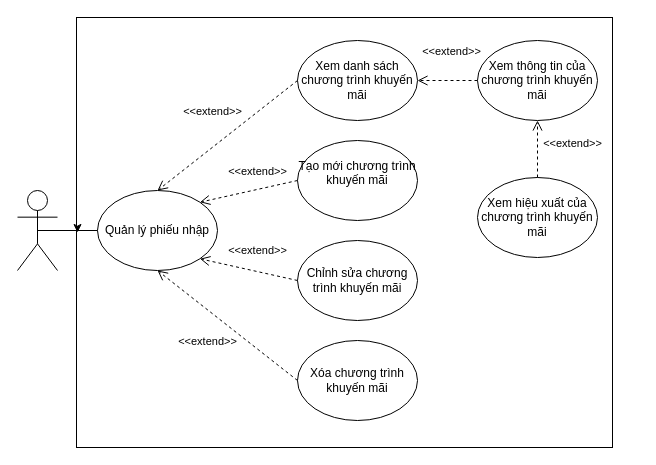
This is Diagram/UseCase/QL.KhuyenMai.drawio from TccKaiCi/PTTK_CuaHangGiay, a draw.io file, before an edit. Source tidied: cells renumbered, new cells numbered last; positions are measured from the earlier drawing's top-left corner, leaving out a move shared by most shapes. Both pictures are drawn from the tidied source at 100%, with x=0, y=0 at pixel (17, 17).
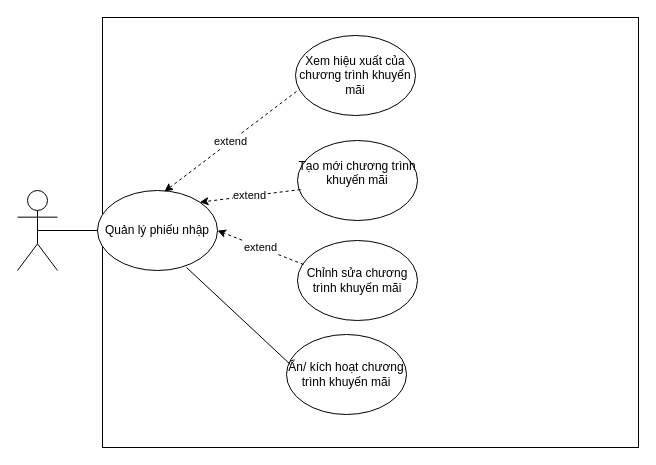
The same page after the edit.

Change to the diagram source:
```diff
@@
 <mxGraphModel>
   <root>
     <mxCell id="0" />
     <mxCell id="1" parent="0" />
-    <mxCell id="2" style="edgeStyle=orthogonalEdgeStyle;rounded=0;jettySize=auto;html=1;" parent="1" edge="1" source="3" target="14">
-      <mxGeometry relative="1" as="geometry" />
-    </mxCell>
+    <mxCell id="14" style="rounded=0;whiteSpace=wrap;html=1;gradientColor=#ffffff;labelBackgroundColor=none;noLabel=1;fontColor=none;fillColor=none;" parent="1" vertex="1">
+      <mxGeometry x="85" width="536" height="430" as="geometry" />
+    </mxCell>
     <mxCell id="3" style="shape=umlActor;verticalLabelPosition=bottom;verticalAlign=top;html=1;outlineConnect=0;" parent="1" vertex="1">
       <mxGeometry y="173" width="40" height="80" as="geometry" />
     </mxCell>
     <mxCell id="4" value="Quản lý phiếu nhập" style="ellipse;whiteSpace=wrap;html=1;" parent="1" vertex="1">
       <mxGeometry x="80" y="173" width="120" height="80" as="geometry" />
     </mxCell>
     <mxCell id="5" value="Chỉnh sửa chương trình khuyến mãi" style="ellipse;whiteSpace=wrap;html=1;" parent="1" vertex="1">
       <mxGeometry x="280" y="223" width="120" height="80" as="geometry" />
     </mxCell>
     <mxCell id="6" value="Tạo mới chương trình khuyến mãi&lt;br&gt;&amp;nbsp;" style="ellipse;whiteSpace=wrap;html=1;" parent="1" vertex="1">
       <mxGeometry x="280" y="123" width="120" height="80" as="geometry" />
     </mxCell>
-    <mxCell id="7" value="Xem danh sách chương trình khuyến mãi" style="ellipse;whiteSpace=wrap;html=1;" parent="1" vertex="1">
-      <mxGeometry x="280" y="23" width="120" height="80" as="geometry" />
-    </mxCell>
-    <mxCell id="8" value="Xóa chương trình khuyến mãi" style="ellipse;whiteSpace=wrap;html=1;" parent="1" vertex="1">
-      <mxGeometry x="280" y="323" width="120" height="80" as="geometry" />
+    <mxCell id="8" value="Ẩn/ kích hoạt chương trình khuyến mãi" style="ellipse;whiteSpace=wrap;html=1;" parent="1" vertex="1">
+      <mxGeometry x="269" y="317" width="120" height="80" as="geometry" />
     </mxCell>
     <mxCell id="9" style="endArrow=none;html=1;exitX=0.5;exitY=0.5;exitDx=0;exitDy=0;exitPerimeter=0;" parent="1" edge="1" source="3" target="4">
       <mxGeometry relative="1" as="geometry" />
     </mxCell>
-    <mxCell id="10" value="&amp;lt;&amp;lt;extend&amp;gt;&amp;gt;" style="html=1;verticalAlign=bottom;endArrow=open;dashed=1;endSize=8;exitX=0;exitY=0.5;exitDx=0;exitDy=0;entryX=0.5;entryY=0;entryDx=0;entryDy=0;" parent="1" edge="1" source="7" target="4">
-      <mxGeometry x="0.03" y="-21" relative="1" as="geometry" />
-    </mxCell>
-    <mxCell id="11" value="&amp;lt;&amp;lt;extend&amp;gt;&amp;gt;" style="html=1;verticalAlign=bottom;endArrow=open;dashed=1;endSize=8;exitX=0;exitY=0.5;exitDx=0;exitDy=0;entryX=0.5;entryY=1;entryDx=0;entryDy=0;" parent="1" edge="1" source="8" target="4">
-      <mxGeometry y="32" relative="1" as="geometry" />
-    </mxCell>
+    <mxCell id="16" value="Xem hiệu xuất của chương trình khuyến mãi&lt;br&gt;" style="ellipse;whiteSpace=wrap;html=1;" parent="1" vertex="1">
+      <mxGeometry x="278" y="18" width="120" height="80" as="geometry" />
+    </mxCell>
-    <mxCell id="12" value="&amp;lt;&amp;lt;extend&amp;gt;&amp;gt;" style="html=1;verticalAlign=bottom;endArrow=open;dashed=1;endSize=8;exitX=0;exitY=0.5;exitDx=0;exitDy=0;entryX=1;entryY=1;entryDx=0;entryDy=0;" parent="1" edge="1" source="5" target="4">
-      <mxGeometry x="-0.12" y="-13" relative="1" as="geometry">
-        <mxPoint y="1" as="offset" />
-      </mxGeometry>
+    <mxCell id="12" value="extend" style="endArrow=classic;html=1;exitX=0.05;exitY=0.3;exitDx=0;exitDy=0;exitPerimeter=0;entryX=1;entryY=0.5;entryDx=0;entryDy=0;dashed=1;" parent="1" edge="1" source="5" target="4">
+      <mxGeometry relative="1" as="geometry" />
     </mxCell>
-    <mxCell id="13" value="&amp;lt;&amp;lt;extend&amp;gt;&amp;gt;" style="html=1;verticalAlign=bottom;endArrow=open;dashed=1;endSize=8;exitX=0;exitY=0.5;exitDx=0;exitDy=0;entryX=1;entryY=0;entryDx=0;entryDy=0;" parent="1" edge="1" source="6" target="4">
-      <mxGeometry x="-0.22" y="-9" relative="1" as="geometry" />
+    <mxCell id="13" value="extend" style="endArrow=classic;html=1;exitX=0.025;exitY=0.613;exitDx=0;exitDy=0;exitPerimeter=0;entryX=1;entryY=0;entryDx=0;entryDy=0;dashed=1;" parent="1" edge="1" source="6" target="4">
+      <mxGeometry relative="1" as="geometry" />
     </mxCell>
-    <mxCell id="14" style="rounded=0;whiteSpace=wrap;html=1;gradientColor=#ffffff;labelBackgroundColor=none;noLabel=1;fontColor=none;fillColor=none;" parent="1" vertex="1">
-      <mxGeometry x="59" width="536" height="430" as="geometry" />
-    </mxCell>
-    <mxCell id="15" value="Xem thông tin của chương trình khuyến mãi" style="ellipse;whiteSpace=wrap;html=1;" parent="1" vertex="1">
-      <mxGeometry x="460" y="23" width="120" height="80" as="geometry" />
-    </mxCell>
-    <mxCell id="16" value="Xem hiệu xuất của chương trình khuyến mãi&lt;br&gt;" style="ellipse;whiteSpace=wrap;html=1;" parent="1" vertex="1">
-      <mxGeometry x="460" y="160" width="120" height="80" as="geometry" />
-    </mxCell>
-    <mxCell id="17" value="&amp;lt;&amp;lt;extend&amp;gt;&amp;gt;" style="html=1;verticalAlign=bottom;endArrow=open;dashed=1;endSize=8;exitX=0;exitY=0.5;exitDx=0;exitDy=0;entryX=1;entryY=0.5;entryDx=0;entryDy=0;" parent="1" edge="1" source="15" target="7">
-      <mxGeometry x="-0.13" y="-20" relative="1" as="geometry" />
-    </mxCell>
-    <mxCell id="18" value="&amp;lt;&amp;lt;extend&amp;gt;&amp;gt;" style="html=1;verticalAlign=bottom;endArrow=open;dashed=1;endSize=8;exitX=0.5;exitY=0;exitDx=0;exitDy=0;entryX=0.5;entryY=1;entryDx=0;entryDy=0;" parent="1" edge="1" source="16" target="15">
-      <mxGeometry x="-0.12" y="-35" relative="1" as="geometry" />
-    </mxCell>
+    <mxCell id="19" value="extend" style="endArrow=classic;html=1;exitX=0.008;exitY=0.7;exitDx=0;exitDy=0;exitPerimeter=0;entryX=0.558;entryY=0.013;entryDx=0;entryDy=0;entryPerimeter=0;dashed=1;" parent="1" edge="1" source="16" target="4">
+      <mxGeometry relative="1" as="geometry" />
+    </mxCell>
+    <mxCell id="20" style="endArrow=none;html=1;exitX=0.742;exitY=0.963;exitDx=0;exitDy=0;exitPerimeter=0;entryX=0.033;entryY=0.375;entryDx=0;entryDy=0;entryPerimeter=0;" parent="1" edge="1" source="4" target="8">
+      <mxGeometry relative="1" as="geometry" />
+    </mxCell>
   </root>
 </mxGraphModel>
```
